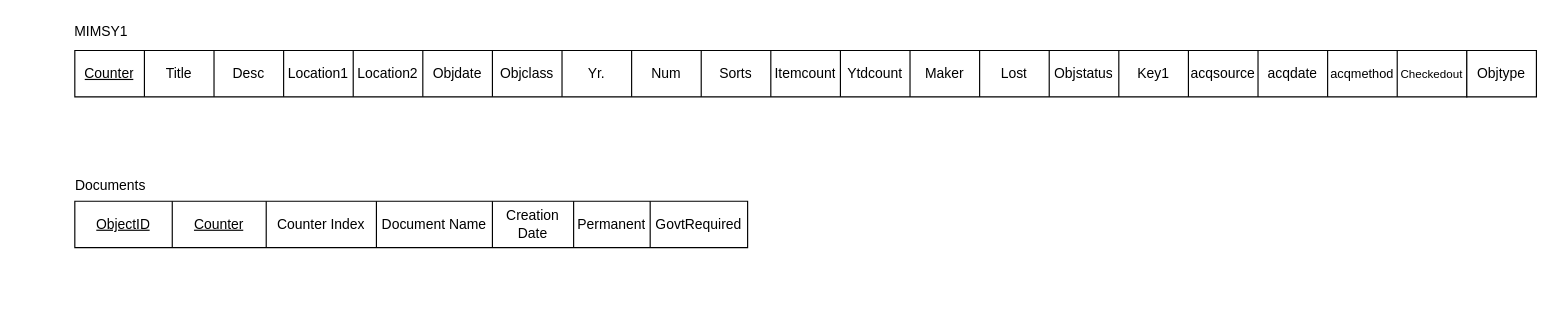
jortillo/AccessDatabaseWebApp keeps this draw.io diagram as Documentation/Diagrams/Mymsysdata_RelationalDiagram.drawio. Above is the earlier version. Source tidied: cells renumbered, new cells numbered last; positions are measured from the earlier drawing's top-left corner, leaving out a move shared by most shapes. Both pictures are drawn from the tidied source at 116%, with x=0, y=0 at pixel (74, 20).
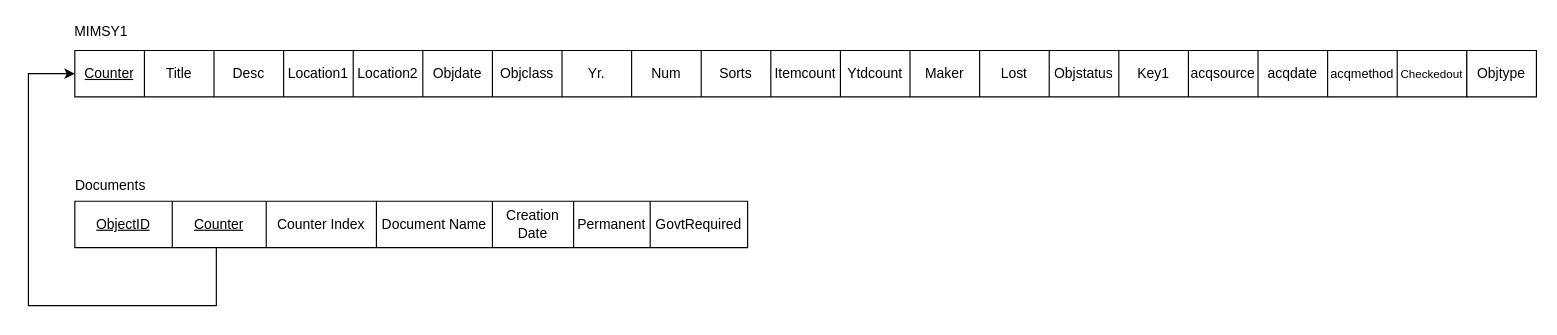
The same diagram, later.

Commit message (it also covers changes not shown here):
Updated Relational Diagram

Unchanged cells that the change refers to:
```xml
<mxCell id="4" style="shape=partialRectangle;html=1;whiteSpace=wrap;fillColor=none;top=0;left=0;bottom=0;right=0;points=[[0,0.5],[1,0.5]];portConstraint=eastwest;" parent="3" vertex="1">
  <mxGeometry width="1200" height="40" as="geometry" />
</mxCell>
```

The edit, as a diff of the source:
```diff
@@
+    <mxCell id="38" style="edgeStyle=none;rounded=0;jettySize=auto;html=1;entryX=0;entryY=0.5;entryDx=0;entryDy=0;endArrow=classic;endFill=1;startArrow=none;startFill=0;" parent="1" edge="1" target="4">
+      <mxGeometry relative="1" as="geometry">
+        <mxPoint x="122" y="196" as="sourcePoint" />
+        <Array as="points">
+          <mxPoint x="122" y="246" />
+          <mxPoint x="-40" y="246" />
+          <mxPoint x="-40" y="46" />
+        </Array>
+      </mxGeometry>
+    </mxCell>
```
